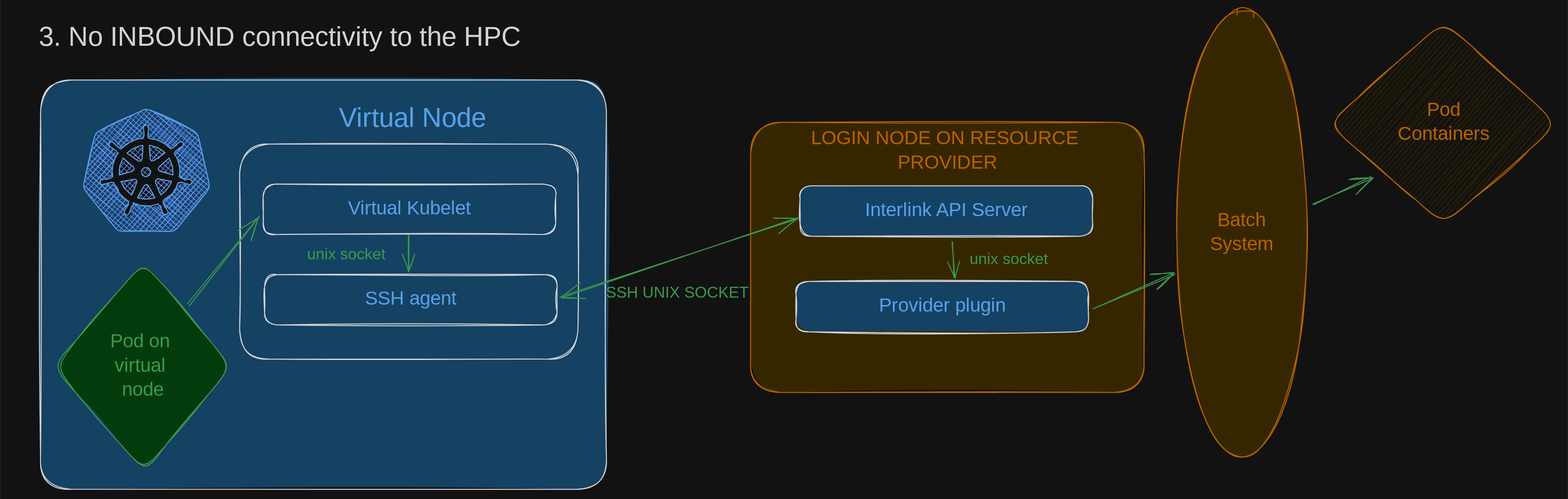
Before: img/scenario-3_dark.svg, a diagram exported from Excalidraw (interlink-hq/interLink). Source tidied: one line per element, renumbered; positions are measured from the earlier drawing's top-left corner, leaving out a move shared by most shapes.
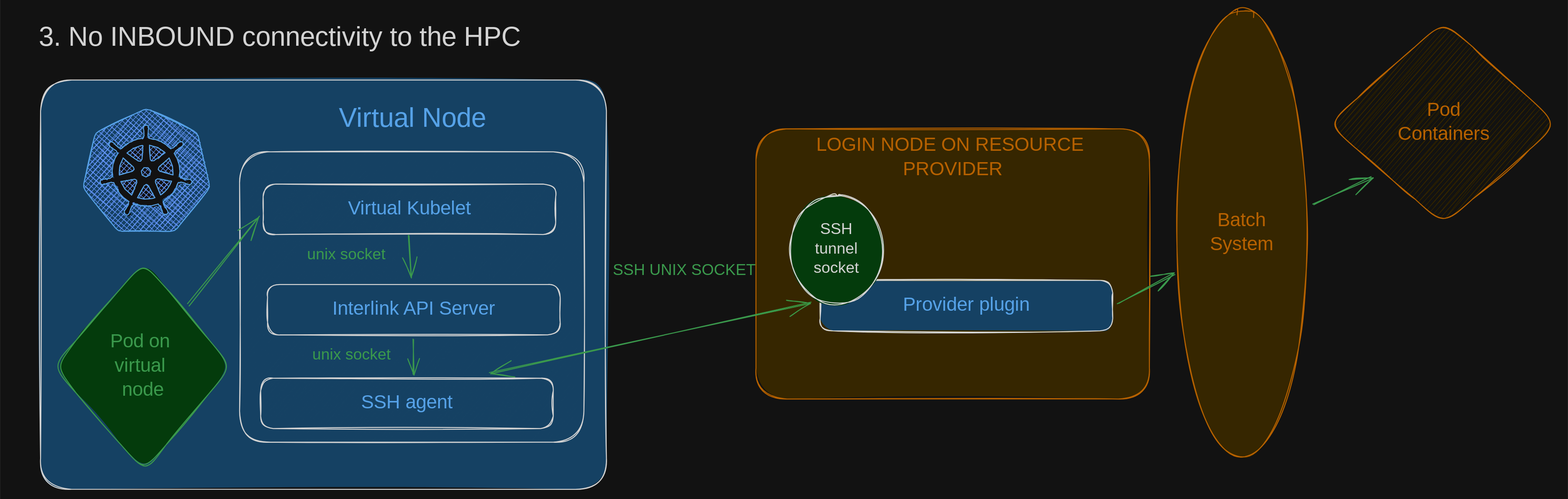
The same diagram one commit later.

The edit, as a diff of the source:
```diff
@@ -1,7 +1,7 @@
-{"id": 0, "type": "rectangle", "strokeColor": "#f08c00", "backgroundColor": "#ffec99", "fillStyle": "solid", "strokeWidth": 1, "roughness": 1, "round": true, "x": 765, "y": 116, "width": 406, "height": 279}
+{"id": 0, "type": "rectangle", "strokeColor": "#f08c00", "backgroundColor": "#ffec99", "fillStyle": "solid", "strokeWidth": 1, "roughness": 1, "round": true, "x": 770, "y": 123, "width": 406, "height": 279}
-{"id": 1, "type": "text", "text": "LOGIN NODE ON RESOURCE \nPROVIDER", "strokeColor": "#f08c00", "backgroundColor": "#ffec99", "fillStyle": "hachure", "strokeWidth": 1, "roughness": 1, "fontSize": 20, "fontFamily": 5, "textAlign": "center", "inside": 0, "x": 820, "y": 121, "width": 295, "height": 50}
+{"id": 1, "type": "text", "text": "LOGIN NODE ON RESOURCE \nPROVIDER", "strokeColor": "#f08c00", "backgroundColor": "#ffec99", "fillStyle": "hachure", "strokeWidth": 1, "roughness": 1, "fontSize": 20, "fontFamily": 5, "textAlign": "center", "inside": 0, "x": 826, "y": 128, "width": 295, "height": 50}
 {"id": 2, "type": "rectangle", "strokeColor": "#1e1e1e", "backgroundColor": "#a5d8ff", "fillStyle": "solid", "strokeWidth": 1, "roughness": 1, "round": true, "x": 32, "y": 73, "width": 584, "height": 422}
-{"id": 3, "type": "rectangle", "strokeColor": "#1e1e1e", "backgroundColor": "#a5d8ff", "fillStyle": "hachure", "strokeWidth": 1, "roughness": 1, "round": true, "x": 237, "y": 139, "width": 349, "height": 222}
+{"id": 3, "type": "rectangle", "strokeColor": "#1e1e1e", "backgroundColor": "#a5d8ff", "fillStyle": "hachure", "strokeWidth": 1, "roughness": 1, "round": true, "x": 237, "y": 147, "width": 355, "height": 300}
 {"id": 4, "type": "text", "text": "3. No INBOUND connectivity to the HPC", "strokeColor": "#1e1e1e", "backgroundColor": "#a5d8ff", "fillStyle": "hachure", "strokeWidth": 1, "roughness": 1, "fontSize": 28, "fontFamily": 5, "textAlign": "center", "x": 0, "y": 12, "width": 557, "height": 35}
 {"id": 5, "type": "rectangle", "strokeColor": "#1e1e1e", "backgroundColor": "#a5d8ff", "fillStyle": "hachure", "strokeWidth": 1, "roughness": 1, "round": true, "x": 262, "y": 180, "width": 302, "height": 52}
 {"id": 6, "type": "text", "text": "Virtual Kubelet", "strokeColor": "#1971c2", "backgroundColor": "#ffec99", "fillStyle": "hachure", "strokeWidth": 1, "roughness": 1, "fontSize": 20, "fontFamily": 5, "textAlign": "center", "verticalAlign": "middle", "inside": 5, "x": 341, "y": 193, "width": 142, "height": 25}
@@ -15,25 +15,27 @@
 {"id": 14, "type": "line", "strokeColor": "#1971c2", "backgroundColor": "#326ce5", "fillStyle": "cross-hatch", "strokeWidth": 1, "roughness": 1, "x": 152, "y": 175, "width": 17, "height": 17, "points": [[0, 0], [0, 0], [1, 0], [15, 2], [15, 2], [13, 7], [10, 10], [7, 14], [3, 17], [-2, 3], [-2, 3], [-2, 1], [0, 0], [0, 0]]}
 {"id": 15, "type": "line", "strokeColor": "#1971c2", "backgroundColor": "#326ce5", "fillStyle": "cross-hatch", "strokeWidth": 1, "roughness": 1, "x": 129, "y": 175, "width": 17, "height": 16, "points": [[0, 0], [0, 0], [2, 1], [2, 3], [2, 3], [-3, 16], [-3, 16], [-10, 10], [-14, 2], [0, 0], [0, 0], [0, 0], [0, 0]]}
 {"id": 16, "type": "line", "strokeColor": "#1971c2", "backgroundColor": "#326ce5", "fillStyle": "cross-hatch", "strokeWidth": 1, "roughness": 1, "x": 141, "y": 180, "width": 18, "height": 15, "points": [[0, 0], [0, 0], [1, 0], [2, 1], [2, 1], [9, 14], [6, 14], [6, 14], [-1, 15], [-9, 14], [-2, 1], [-2, 1], [0, 0], [0, 0]]}
-{"id": 17, "type": "rectangle", "strokeColor": "#1e1e1e", "backgroundColor": "#a5d8ff", "fillStyle": "solid", "strokeWidth": 1, "roughness": 1, "round": true, "x": 816, "y": 182, "width": 302, "height": 52}
+{"id": 17, "type": "rectangle", "strokeColor": "#1e1e1e", "backgroundColor": "#a5d8ff", "fillStyle": "solid", "strokeWidth": 1, "roughness": 1, "round": true, "x": 266, "y": 283, "width": 302, "height": 52}
-{"id": 18, "type": "text", "text": "Interlink API Server", "strokeColor": "#1971c2", "backgroundColor": "#ffec99", "fillStyle": "hachure", "strokeWidth": 1, "roughness": 1, "fontSize": 20, "fontFamily": 5, "textAlign": "center", "verticalAlign": "middle", "inside": 17, "x": 868, "y": 195, "width": 198, "height": 25}
+{"id": 18, "type": "text", "text": "Interlink API Server", "strokeColor": "#1971c2", "backgroundColor": "#ffec99", "fillStyle": "hachure", "strokeWidth": 1, "roughness": 1, "fontSize": 20, "fontFamily": 5, "textAlign": "center", "verticalAlign": "middle", "inside": 17, "x": 318, "y": 297, "width": 198, "height": 25}
-{"id": 19, "type": "rectangle", "strokeColor": "#1e1e1e", "backgroundColor": "#a5d8ff", "fillStyle": "solid", "strokeWidth": 1, "roughness": 1, "round": true, "x": 812, "y": 280, "width": 302, "height": 52}
+{"id": 19, "type": "rectangle", "strokeColor": "#1e1e1e", "backgroundColor": "#a5d8ff", "fillStyle": "solid", "strokeWidth": 1, "roughness": 1, "round": true, "x": 836, "y": 279, "width": 302, "height": 52}
-{"id": 20, "type": "text", "text": "Provider plugin", "strokeColor": "#1971c2", "backgroundColor": "#ffec99", "fillStyle": "hachure", "strokeWidth": 1, "roughness": 1, "fontSize": 20, "fontFamily": 5, "textAlign": "center", "verticalAlign": "middle", "inside": 19, "x": 892, "y": 294, "width": 142, "height": 25}
+{"id": 20, "type": "text", "text": "Provider plugin", "strokeColor": "#1971c2", "backgroundColor": "#ffec99", "fillStyle": "hachure", "strokeWidth": 1, "roughness": 1, "fontSize": 20, "fontFamily": 5, "textAlign": "center", "verticalAlign": "middle", "inside": 19, "x": 917, "y": 293, "width": 142, "height": 25}
 {"id": 21, "type": "diamond", "strokeColor": "#2f9e44", "backgroundColor": "#b2f2bb", "fillStyle": "solid", "strokeWidth": 1, "roughness": 1, "round": true, "x": 45, "y": 260, "width": 184, "height": 216}
 {"id": 22, "type": "text", "text": "Pod on \nvirtual \nnode", "strokeColor": "#2f9e44", "backgroundColor": "#ffec99", "fillStyle": "hachure", "strokeWidth": 1, "roughness": 1, "fontSize": 20, "fontFamily": 5, "textAlign": "center", "verticalAlign": "middle", "inside": 21, "x": 99, "y": 331, "width": 76, "height": 75}
 {"id": 23, "type": "arrow", "strokeColor": "#2f9e44", "backgroundColor": "#ffec99", "fillStyle": "hachure", "strokeWidth": 1, "roughness": 1, "endArrowhead": "arrow", "round": true, "from": 21, "to": 5, "x": 185, "y": 304, "width": 73, "height": 91, "points": [[0, 0], [73, -91]]}
-{"id": 24, "type": "arrow", "strokeColor": "#2f9e44", "backgroundColor": "#ffec99", "fillStyle": "hachure", "strokeWidth": 1, "roughness": 1, "startArrowhead": "arrow", "endArrowhead": "arrow", "round": true, "from": 35, "to": 17, "x": 569, "y": 298, "width": 244, "height": 83, "points": [[0, 0], [244, -83]]}
+{"id": 24, "type": "arrow", "strokeColor": "#2f9e44", "backgroundColor": "#ffec99", "fillStyle": "hachure", "strokeWidth": 1, "roughness": 1, "startArrowhead": "arrow", "endArrowhead": "arrow", "round": true, "from": 35, "to": 19, "x": 496, "y": 376, "width": 330, "height": 74, "points": [[0, 0], [330, -74]]}
-{"id": 25, "type": "arrow", "strokeColor": "#2f9e44", "backgroundColor": "#ffec99", "fillStyle": "hachure", "strokeWidth": 1, "roughness": 1, "endArrowhead": "arrow", "round": true, "from": 28, "to": 19, "x": 973, "y": 240, "width": 2, "height": 37, "points": [[0, 0], [2, 37]]}
+{"id": 25, "type": "arrow", "strokeColor": "#2f9e44", "backgroundColor": "#ffec99", "fillStyle": "hachure", "strokeWidth": 1, "roughness": 1, "endArrowhead": "arrow", "round": true, "from": 17, "to": 35, "x": 417, "y": 340, "width": 0, "height": 36, "points": [[0, 0], [0, 36]]}
 {"id": 26, "type": "text", "text": "Virtual Node", "strokeColor": "#1971c2", "backgroundColor": "#ffec99", "fillStyle": "hachure", "strokeWidth": 1, "roughness": 1, "fontSize": 28, "fontFamily": 5, "textAlign": "center", "x": 332, "y": 96, "width": 167, "height": 35}
-{"id": 27, "type": "text", "text": "SSH UNIX SOCKET", "strokeColor": "#2f9e44", "backgroundColor": "#ffec99", "fillStyle": "hachure", "strokeWidth": 1, "roughness": 1, "fontSize": 16, "fontFamily": 5, "textAlign": "center", "x": 614, "y": 283, "width": 149, "height": 20}
+{"id": 27, "type": "text", "text": "SSH UNIX SOCKET", "strokeColor": "#2f9e44", "backgroundColor": "#ffec99", "fillStyle": "hachure", "strokeWidth": 1, "roughness": 1, "fontSize": 16, "fontFamily": 5, "textAlign": "center", "x": 622, "y": 259, "width": 149, "height": 20}
-{"id": 28, "type": "text", "text": "unix socket", "strokeColor": "#2f9e44", "backgroundColor": "#ffec99", "fillStyle": "hachure", "strokeWidth": 1, "roughness": 1, "fontSize": 16, "fontFamily": 5, "textAlign": "center", "x": 986, "y": 248, "width": 89, "height": 20}
+{"id": 28, "type": "text", "text": "unix socket", "strokeColor": "#2f9e44", "backgroundColor": "#ffec99", "fillStyle": "hachure", "strokeWidth": 1, "roughness": 1, "fontSize": 16, "fontFamily": 5, "textAlign": "center", "x": 308, "y": 347, "width": 89, "height": 20}
 {"id": 29, "type": "diamond", "strokeColor": "#f08c00", "backgroundColor": "#ffec99", "fillStyle": "hachure", "strokeWidth": 1, "roughness": 1, "round": true, "x": 1361, "y": 12, "width": 237, "height": 210}
 {"id": 30, "type": "text", "text": "Pod\nContainers", "strokeColor": "#f08c00", "backgroundColor": "#ffec99", "fillStyle": "hachure", "strokeWidth": 1, "roughness": 1, "fontSize": 20, "fontFamily": 5, "textAlign": "center", "verticalAlign": "middle", "inside": 29, "x": 1428, "y": 92, "width": 103, "height": 50}
 {"id": 31, "type": "ellipse", "strokeColor": "#f08c00", "backgroundColor": "#ffec99", "fillStyle": "solid", "strokeWidth": 1, "roughness": 1, "round": true, "x": 1204, "y": 0, "width": 135, "height": 462}
 {"id": 32, "type": "text", "text": "Batch\nSystem", "strokeColor": "#f08c00", "backgroundColor": "#a5d8ff", "fillStyle": "hachure", "strokeWidth": 1, "roughness": 1, "fontSize": 20, "fontFamily": 5, "textAlign": "center", "verticalAlign": "middle", "inside": 31, "x": 1237, "y": 206, "width": 69, "height": 50}
-{"id": 33, "type": "arrow", "strokeColor": "#2f9e44", "backgroundColor": "#ffec99", "fillStyle": "hachure", "strokeWidth": 1, "roughness": 1, "endArrowhead": "arrow", "round": true, "from": 19, "to": 31, "x": 1119, "y": 308, "width": 83, "height": 35, "points": [[0, 0], [83, -35]]}
+{"id": 33, "type": "arrow", "strokeColor": "#2f9e44", "backgroundColor": "#ffec99", "fillStyle": "hachure", "strokeWidth": 1, "roughness": 1, "endArrowhead": "arrow", "round": true, "from": 19, "to": 31, "x": 1144, "y": 303, "width": 58, "height": 30, "points": [[0, 0], [58, -30]]}
 {"id": 34, "type": "arrow", "strokeColor": "#2f9e44", "backgroundColor": "#ffec99", "fillStyle": "hachure", "strokeWidth": 1, "roughness": 1, "endArrowhead": "arrow", "round": true, "from": 31, "to": 29, "x": 1345, "y": 200, "width": 61, "height": 28, "points": [[0, 0], [61, -28]]}
-{"id": 35, "type": "rectangle", "strokeColor": "#1e1e1e", "backgroundColor": "#a5d8ff", "fillStyle": "hachure", "strokeWidth": 1, "roughness": 1, "round": true, "x": 263, "y": 273, "width": 302, "height": 52}
+{"id": 35, "type": "rectangle", "strokeColor": "#1e1e1e", "backgroundColor": "#a5d8ff", "fillStyle": "hachure", "strokeWidth": 1, "roughness": 1, "round": true, "x": 259, "y": 380, "width": 302, "height": 52}
-{"id": 36, "type": "text", "text": "SSH agent", "strokeColor": "#1971c2", "backgroundColor": "#ffec99", "fillStyle": "hachure", "strokeWidth": 1, "roughness": 1, "fontSize": 20, "fontFamily": 5, "textAlign": "center", "verticalAlign": "middle", "inside": 35, "x": 364, "y": 287, "width": 99, "height": 25}
+{"id": 36, "type": "text", "text": "SSH agent", "strokeColor": "#1971c2", "backgroundColor": "#ffec99", "fillStyle": "hachure", "strokeWidth": 1, "roughness": 1, "fontSize": 20, "fontFamily": 5, "textAlign": "center", "verticalAlign": "middle", "inside": 35, "x": 360, "y": 394, "width": 99, "height": 25}
-{"id": 37, "type": "arrow", "strokeColor": "#2f9e44", "backgroundColor": "#ffec99", "fillStyle": "hachure", "strokeWidth": 1, "roughness": 1, "endArrowhead": "arrow", "round": true, "from": 5, "to": 35, "x": 412, "y": 233, "width": 0, "height": 38, "points": [[0, 0], [0, 38]]}
+{"id": 37, "type": "arrow", "strokeColor": "#2f9e44", "backgroundColor": "#ffec99", "fillStyle": "hachure", "strokeWidth": 1, "roughness": 1, "endArrowhead": "arrow", "round": true, "from": 5, "to": 17, "x": 412, "y": 233, "width": 2, "height": 44, "points": [[0, 0], [2, 44]]}
 {"id": 38, "type": "text", "text": "unix socket", "strokeColor": "#2f9e44", "backgroundColor": "#ffec99", "fillStyle": "hachure", "strokeWidth": 1, "roughness": 1, "fontSize": 16, "fontFamily": 5, "textAlign": "center", "x": 303, "y": 243, "width": 89, "height": 20}
+{"id": 39, "type": "ellipse", "strokeColor": "#1e1e1e", "backgroundColor": "#b2f2bb", "fillStyle": "solid", "strokeWidth": 1, "roughness": 1, "round": true, "x": 805, "y": 191, "width": 97, "height": 113}
+{"id": 40, "type": "text", "text": "SSH\ntunnel\nsocket", "strokeColor": "#1e1e1e", "backgroundColor": "#b2f2bb", "fillStyle": "solid", "strokeWidth": 1, "roughness": 1, "fontSize": 16, "fontFamily": 5, "textAlign": "center", "verticalAlign": "middle", "inside": 39, "x": 827, "y": 217, "width": 52, "height": 60}
```
